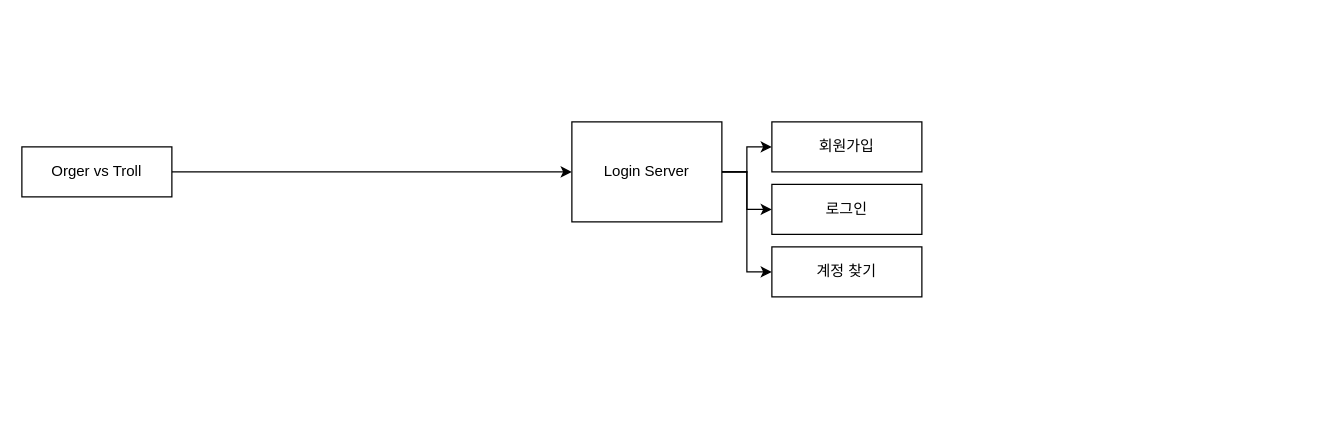
The draw.io diagram Game.drawio in justFrogLab/Original, before the edit. Source tidied: cells renumbered, new cells numbered last; positions are measured from the earlier drawing's top-left corner, leaving out a move shared by most shapes. Both pictures are drawn from the tidied source at 125%, with x=0, y=0 at pixel (21, 121).
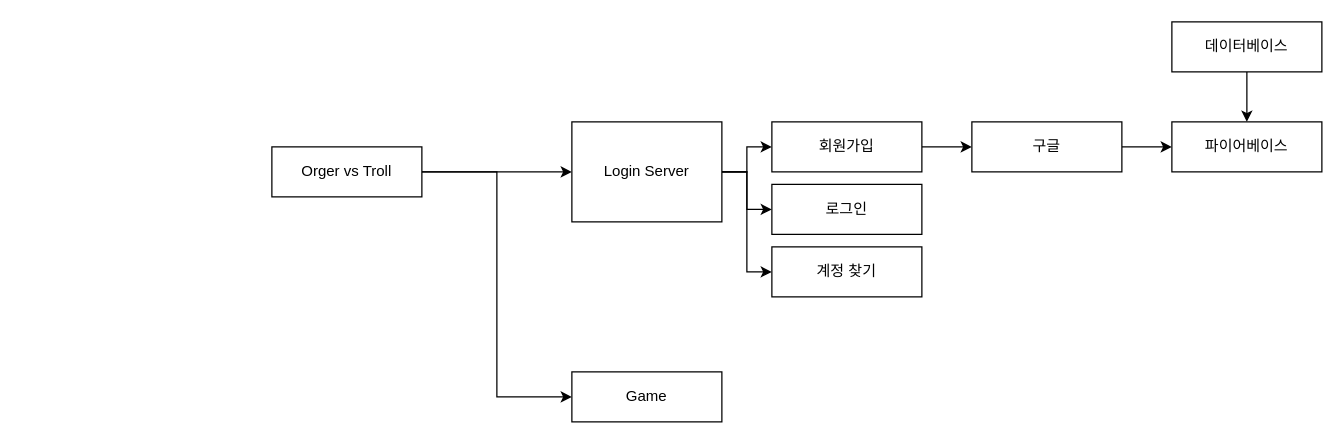
The same diagram, later.

The edit, as a diff of the source:
```diff
@@
 <mxGraphModel>
   <root>
     <mxCell id="0" />
     <mxCell id="1" parent="0" />
     <mxCell id="2" style="edgeStyle=orthogonalEdgeStyle;rounded=0;jettySize=auto;html=1;exitX=1;exitY=0.5;exitDx=0;exitDy=0;entryX=0;entryY=0.5;entryDx=0;entryDy=0;" parent="1" edge="1" source="3" target="7">
       <mxGeometry relative="1" as="geometry" />
     </mxCell>
+    <mxCell id="11" style="edgeStyle=orthogonalEdgeStyle;rounded=0;jettySize=auto;html=1;exitX=1;exitY=0.5;exitDx=0;exitDy=0;entryX=0;entryY=0.5;entryDx=0;entryDy=0;" parent="1" edge="1" source="3" target="18">
+      <mxGeometry relative="1" as="geometry" />
+    </mxCell>
     <mxCell id="3" value="Orger vs Troll" style="rounded=0;whiteSpace=wrap;html=1;" parent="1" vertex="1">
-      <mxGeometry y="20" width="120" height="40" as="geometry" />
+      <mxGeometry x="200" y="20" width="120" height="40" as="geometry" />
     </mxCell>
     <mxCell id="4" style="edgeStyle=orthogonalEdgeStyle;rounded=0;jettySize=auto;html=1;exitX=1;exitY=0.5;exitDx=0;exitDy=0;entryX=0;entryY=0.5;entryDx=0;entryDy=0;" parent="1" edge="1" source="7" target="8">
       <mxGeometry relative="1" as="geometry" />
     </mxCell>
     <mxCell id="5" style="edgeStyle=orthogonalEdgeStyle;rounded=0;jettySize=auto;html=1;exitX=1;exitY=0.5;exitDx=0;exitDy=0;entryX=0;entryY=0.5;entryDx=0;entryDy=0;" parent="1" edge="1" source="7" target="9">
       <mxGeometry relative="1" as="geometry" />
     </mxCell>
     <mxCell id="6" style="edgeStyle=orthogonalEdgeStyle;rounded=0;jettySize=auto;html=1;exitX=1;exitY=0.5;exitDx=0;exitDy=0;entryX=0;entryY=0.5;entryDx=0;entryDy=0;" parent="1" edge="1" source="7" target="10">
       <mxGeometry relative="1" as="geometry" />
     </mxCell>
     <mxCell id="7" value="Login Server" style="rounded=0;whiteSpace=wrap;html=1;" parent="1" vertex="1">
       <mxGeometry x="440" width="120" height="80" as="geometry" />
     </mxCell>
+    <mxCell id="12" style="edgeStyle=orthogonalEdgeStyle;rounded=0;jettySize=auto;html=1;exitX=1;exitY=0.5;exitDx=0;exitDy=0;entryX=0;entryY=0.5;entryDx=0;entryDy=0;" parent="1" edge="1" source="8" target="14">
+      <mxGeometry relative="1" as="geometry" />
+    </mxCell>
     <mxCell id="8" value="회원가입" style="rounded=0;whiteSpace=wrap;html=1;" parent="1" vertex="1">
       <mxGeometry x="600" width="120" height="40" as="geometry" />
     </mxCell>
     <mxCell id="9" value="로그인" style="rounded=0;whiteSpace=wrap;html=1;" parent="1" vertex="1">
       <mxGeometry x="600" y="50" width="120" height="40" as="geometry" />
     </mxCell>
     <mxCell id="10" value="계정 찾기" style="rounded=0;whiteSpace=wrap;html=1;" parent="1" vertex="1">
       <mxGeometry x="600" y="100" width="120" height="40" as="geometry" />
     </mxCell>
+    <mxCell id="13" style="edgeStyle=orthogonalEdgeStyle;rounded=0;jettySize=auto;html=1;exitX=1;exitY=0.5;exitDx=0;exitDy=0;entryX=0;entryY=0.5;entryDx=0;entryDy=0;" parent="1" edge="1" source="14" target="15">
+      <mxGeometry relative="1" as="geometry" />
+    </mxCell>
+    <mxCell id="14" value="구글" style="rounded=0;whiteSpace=wrap;html=1;" parent="1" vertex="1">
+      <mxGeometry x="760" width="120" height="40" as="geometry" />
+    </mxCell>
+    <mxCell id="15" value="파이어베이스" style="rounded=0;whiteSpace=wrap;html=1;" parent="1" vertex="1">
+      <mxGeometry x="920" width="120" height="40" as="geometry" />
+    </mxCell>
+    <mxCell id="16" style="edgeStyle=orthogonalEdgeStyle;rounded=0;jettySize=auto;html=1;exitX=0.5;exitY=1;exitDx=0;exitDy=0;entryX=0.5;entryY=0;entryDx=0;entryDy=0;" parent="1" edge="1" source="17" target="15">
+      <mxGeometry relative="1" as="geometry" />
+    </mxCell>
+    <mxCell id="17" value="데이터베이스" style="rounded=0;whiteSpace=wrap;html=1;" parent="1" vertex="1">
+      <mxGeometry x="920" y="-80" width="120" height="40" as="geometry" />
+    </mxCell>
+    <mxCell id="18" value="Game" style="rounded=0;whiteSpace=wrap;html=1;" parent="1" vertex="1">
+      <mxGeometry x="440" y="200" width="120" height="40" as="geometry" />
+    </mxCell>
   </root>
 </mxGraphModel>
```
